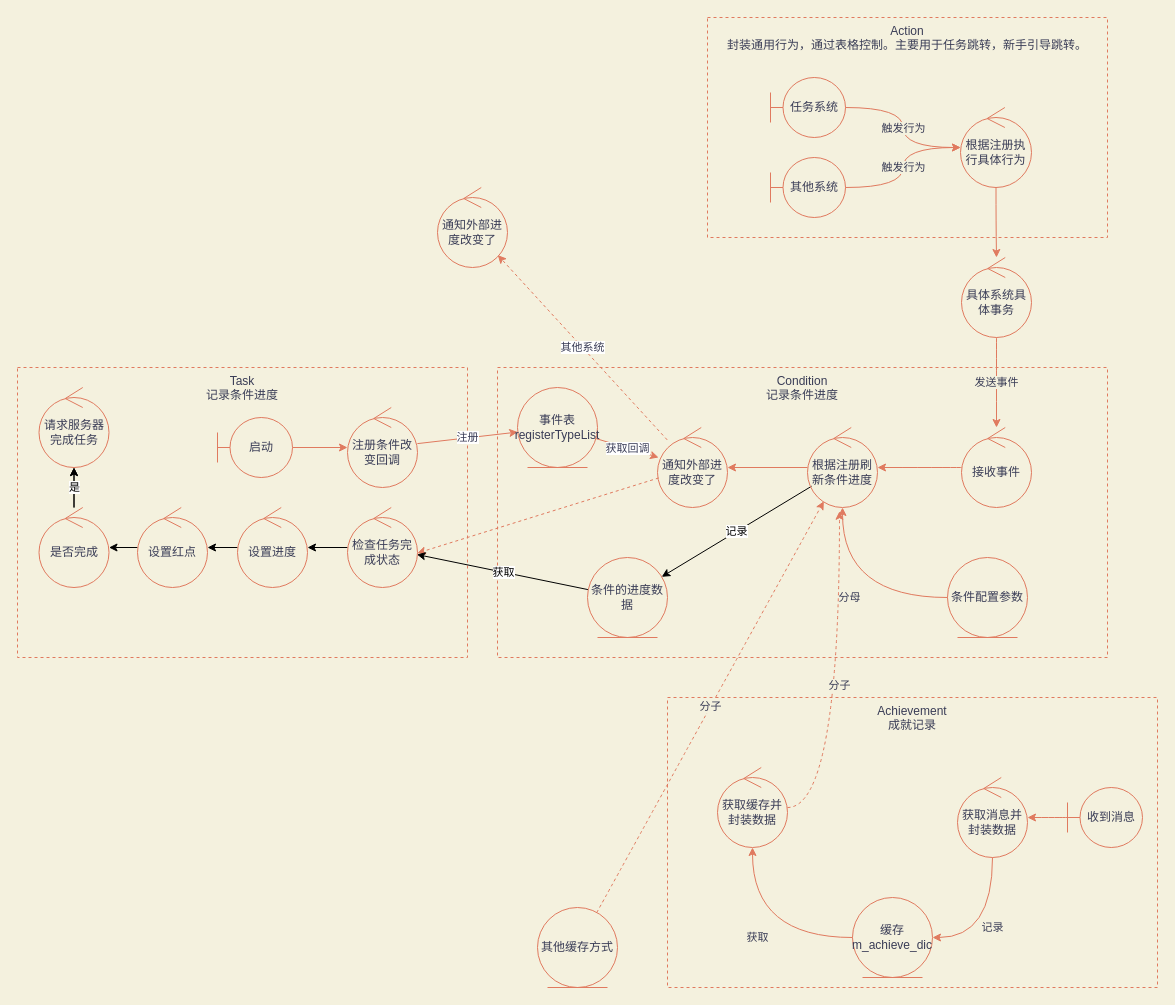
This is 未命名绘图.drawio from cliang/drawio, a draw.io file, before an edit. Source tidied: cells renumbered, new cells numbered last; positions are measured from the earlier drawing's top-left corner, leaving out a move shared by most shapes. Both pictures are drawn from the tidied source at 100%, with x=0, y=0 at pixel (17, 17).
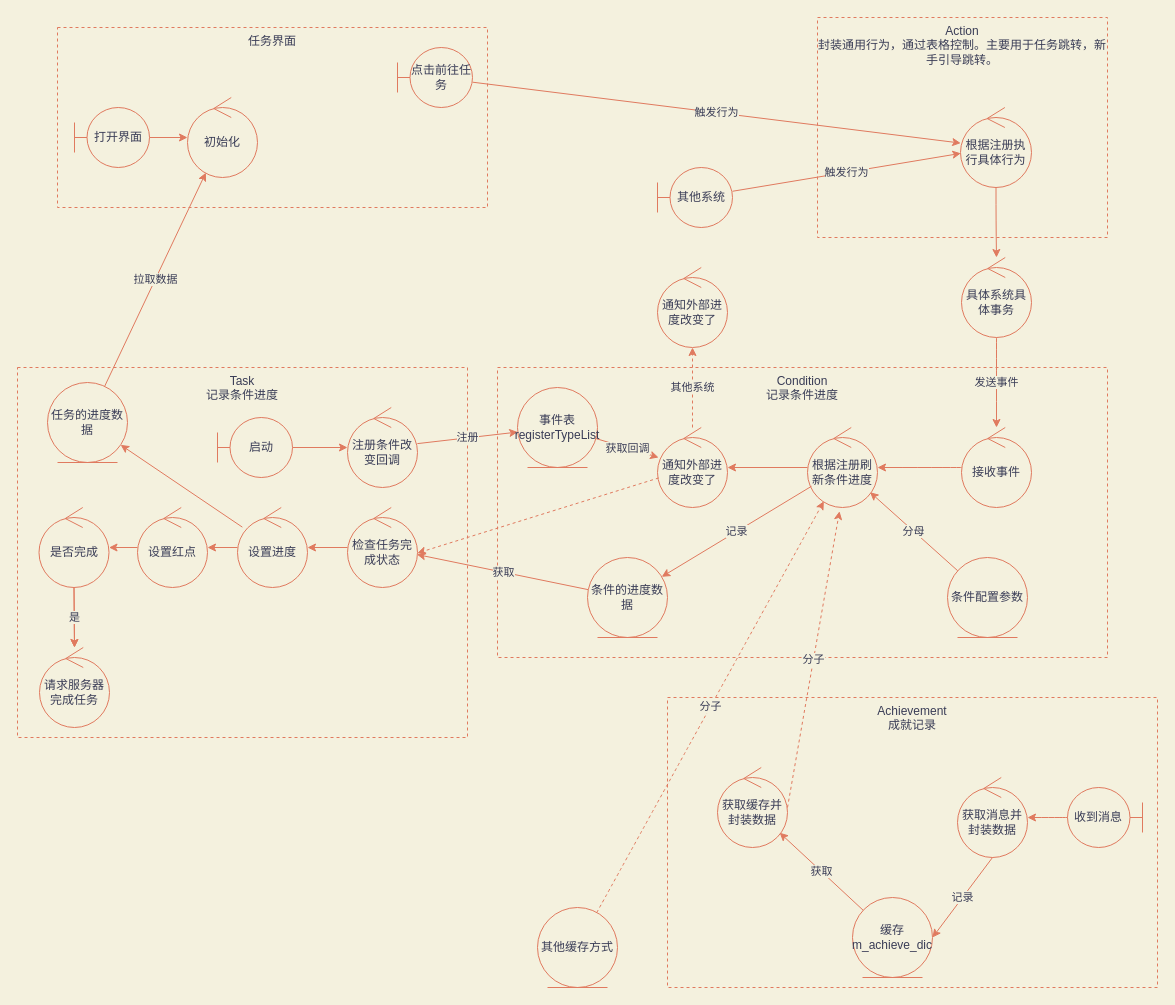
The same page after the edit.

Commit message:
更新未命名绘图.drawio

Unchanged cells that the change refers to:
```xml
<mxCell id="9" value="根据注册执行具体行为" style="ellipse;shape=umlControl;whiteSpace=wrap;html=1;fillColor=none;strokeColor=#E07A5F;fontColor=#393C56;" parent="1" vertex="1">
  <mxGeometry x="943" y="90" width="71" height="80" as="geometry" />
</mxCell>
<mxCell id="12" value="具体系统具体事务" style="ellipse;shape=umlControl;whiteSpace=wrap;html=1;fillColor=none;strokeColor=#E07A5F;fontColor=#393C56;" parent="1" vertex="1">
  <mxGeometry x="944" y="240" width="70" height="80" as="geometry" />
</mxCell>
<mxCell id="14" value="接收事件" style="ellipse;shape=umlControl;whiteSpace=wrap;html=1;fillColor=none;strokeColor=#E07A5F;fontColor=#393C56;" parent="1" vertex="1">
  <mxGeometry x="944" y="410" width="70" height="80" as="geometry" />
</mxCell>
<mxCell id="17" value="根据注册刷新条件进度" style="ellipse;shape=umlControl;whiteSpace=wrap;html=1;fillColor=none;strokeColor=#E07A5F;fontColor=#393C56;" parent="1" vertex="1">
  <mxGeometry x="790" y="410" width="70" height="80" as="geometry" />
</mxCell>
<mxCell id="19" value="&lt;div&gt;缓存&lt;/div&gt;&lt;div&gt;m_achieve_dic&lt;/div&gt;" style="ellipse;shape=umlEntity;whiteSpace=wrap;html=1;fillColor=none;strokeColor=#E07A5F;fontColor=#393C56;" parent="1" vertex="1">
  <mxGeometry x="835" y="880" width="80" height="80" as="geometry" />
</mxCell>
<mxCell id="21" value="条件配置参数" style="ellipse;shape=umlEntity;whiteSpace=wrap;html=1;fillColor=none;strokeColor=#E07A5F;fontColor=#393C56;" parent="1" vertex="1">
  <mxGeometry x="930" y="540" width="80" height="80" as="geometry" />
</mxCell>
<mxCell id="25" value="获取消息并封装数据" style="ellipse;shape=umlControl;whiteSpace=wrap;html=1;fillColor=none;strokeColor=#E07A5F;fontColor=#393C56;" parent="1" vertex="1">
  <mxGeometry x="940" y="760" width="70" height="80" as="geometry" />
</mxCell>
<mxCell id="27" value="获取缓存并封装数据" style="ellipse;shape=umlControl;whiteSpace=wrap;html=1;fillColor=none;strokeColor=#E07A5F;fontColor=#393C56;" parent="1" vertex="1">
  <mxGeometry x="700" y="750" width="70" height="80" as="geometry" />
</mxCell>
<mxCell id="29" value="&lt;div&gt;其他缓存方式&lt;/div&gt;" style="ellipse;shape=umlEntity;whiteSpace=wrap;html=1;fillColor=none;strokeColor=#E07A5F;fontColor=#393C56;" parent="1" vertex="1">
  <mxGeometry x="520" y="890" width="80" height="80" as="geometry" />
</mxCell>
<mxCell id="32" value="通知外部进度改变了" style="ellipse;shape=umlControl;whiteSpace=wrap;html=1;fillColor=none;strokeColor=#E07A5F;fontColor=#393C56;" parent="1" vertex="1">
  <mxGeometry x="640" y="410" width="70" height="80" as="geometry" />
</mxCell>
<mxCell id="36" value="注册条件改变回调" style="ellipse;shape=umlControl;whiteSpace=wrap;html=1;fillColor=none;strokeColor=#E07A5F;fontColor=#393C56;" parent="1" vertex="1">
  <mxGeometry x="330" y="390" width="70" height="80" as="geometry" />
</mxCell>
<mxCell id="38" value="事件表&lt;br&gt;registerTypeList" style="ellipse;shape=umlEntity;whiteSpace=wrap;html=1;fillColor=none;strokeColor=#E07A5F;fontColor=#393C56;" parent="1" vertex="1">
  <mxGeometry x="500" y="370" width="80" height="80" as="geometry" />
</mxCell>
<mxCell id="40" value="启动" style="shape=umlBoundary;whiteSpace=wrap;html=1;fillColor=none;strokeColor=#E07A5F;fontColor=#393C56;" parent="1" vertex="1">
  <mxGeometry x="200" y="400" width="75" height="60" as="geometry" />
</mxCell>
<mxCell id="42" value="检查任务完成状态" style="ellipse;shape=umlControl;whiteSpace=wrap;html=1;fillColor=none;strokeColor=#E07A5F;fontColor=#393C56;" parent="1" vertex="1">
  <mxGeometry x="330" y="490" width="70" height="80" as="geometry" />
</mxCell>
<mxCell id="44" value="条件的进度数据" style="ellipse;shape=umlEntity;whiteSpace=wrap;html=1;fillColor=none;strokeColor=#E07A5F;fontColor=#393C56;" parent="1" vertex="1">
  <mxGeometry x="570" y="540" width="80" height="80" as="geometry" />
</mxCell>
<mxCell id="46" value="设置进度" style="ellipse;shape=umlControl;whiteSpace=wrap;html=1;fillColor=none;strokeColor=#E07A5F;fontColor=#393C56;" parent="1" vertex="1">
  <mxGeometry x="220" y="490" width="70" height="80" as="geometry" />
</mxCell>
<mxCell id="48" value="设置红点" style="ellipse;shape=umlControl;whiteSpace=wrap;html=1;fillColor=none;strokeColor=#E07A5F;fontColor=#393C56;" parent="1" vertex="1">
  <mxGeometry x="120" y="490" width="70" height="80" as="geometry" />
</mxCell>
<mxCell id="51" value="是否完成" style="ellipse;shape=umlControl;whiteSpace=wrap;html=1;fillColor=none;strokeColor=#E07A5F;fontColor=#393C56;" parent="1" vertex="1">
  <mxGeometry x="21.5" y="490" width="70" height="80" as="geometry" />
</mxCell>
```

Diff of the diagram source:
```diff
@@
     <mxCell id="3" value="Action&lt;br&gt;封装通用行为，通过表格控制。主要用于任务跳转，新手引导跳转。" style="rounded=0;whiteSpace=wrap;html=1;fillColor=none;dashed=1;labelPosition=center;verticalLabelPosition=middle;align=center;verticalAlign=top;strokeColor=#E07A5F;fontColor=#393C56;" parent="1" vertex="1">
-      <mxGeometry x="690" width="400" height="220" as="geometry" />
+      <mxGeometry x="800" width="290" height="220" as="geometry" />
     </mxCell>
-    <mxCell id="4" value="触发行为" style="edgeStyle=orthogonalEdgeStyle;rounded=0;jettySize=auto;html=1;labelBackgroundColor=#F4F1DE;strokeColor=#E07A5F;fontColor=#393C56;curved=1;" parent="1" edge="1" source="5" target="9">
+    <mxCell id="4" value="触发行为" style="rounded=0;jettySize=auto;html=1;labelBackgroundColor=#F4F1DE;strokeColor=#E07A5F;fontColor=#393C56;" parent="1" edge="1" source="60" target="9">
       <mxGeometry relative="1" as="geometry" />
     </mxCell>
-    <mxCell id="5" value="任务系统" style="shape=umlBoundary;whiteSpace=wrap;html=1;fillColor=none;strokeColor=#E07A5F;fontColor=#393C56;" parent="1" vertex="1">
-      <mxGeometry x="753" y="60" width="75" height="60" as="geometry" />
-    </mxCell>
-    <mxCell id="6" value="触发行为" style="edgeStyle=orthogonalEdgeStyle;rounded=0;jettySize=auto;html=1;labelBackgroundColor=#F4F1DE;strokeColor=#E07A5F;fontColor=#393C56;curved=1;" parent="1" edge="1" source="7" target="9">
+    <mxCell id="6" value="触发行为" style="rounded=0;jettySize=auto;html=1;labelBackgroundColor=#F4F1DE;strokeColor=#E07A5F;fontColor=#393C56;" parent="1" edge="1" source="7" target="9">
       <mxGeometry relative="1" as="geometry" />
     </mxCell>
     <mxCell id="7" value="其他系统" style="shape=umlBoundary;whiteSpace=wrap;html=1;fillColor=none;strokeColor=#E07A5F;fontColor=#393C56;" parent="1" vertex="1">
-      <mxGeometry x="753" y="140" width="75" height="60" as="geometry" />
+      <mxGeometry x="640" y="150" width="75" height="60" as="geometry" />
     </mxCell>
-    <mxCell id="8" style="edgeStyle=orthogonalEdgeStyle;rounded=0;jettySize=auto;html=1;labelBackgroundColor=#F4F1DE;strokeColor=#E07A5F;fontColor=#393C56;curved=1;" parent="1" edge="1" source="9" target="12">
+    <mxCell id="8" style="edgeStyle=orthogonalEdgeStyle;rounded=0;jettySize=auto;html=1;curved=1;labelBackgroundColor=#F4F1DE;strokeColor=#E07A5F;fontColor=#393C56;" parent="1" edge="1" source="9" target="12">
       <mxGeometry relative="1" as="geometry" />
     </mxCell>
@@
-    <mxCell id="11" value="发送事件" style="edgeStyle=orthogonalEdgeStyle;rounded=0;jettySize=auto;html=1;labelBackgroundColor=#F4F1DE;strokeColor=#E07A5F;fontColor=#393C56;curved=1;" parent="1" edge="1" source="12" target="14">
+    <mxCell id="11" value="发送事件" style="edgeStyle=orthogonalEdgeStyle;rounded=0;jettySize=auto;html=1;curved=1;labelBackgroundColor=#F4F1DE;strokeColor=#E07A5F;fontColor=#393C56;" parent="1" edge="1" source="12" target="14">
       <mxGeometry relative="1" as="geometry" />
     </mxCell>
@@
-    <mxCell id="13" style="edgeStyle=orthogonalEdgeStyle;rounded=0;jettySize=auto;html=1;labelBackgroundColor=#F4F1DE;strokeColor=#E07A5F;fontColor=#393C56;curved=1;" parent="1" edge="1" source="14" target="17">
+    <mxCell id="13" style="edgeStyle=orthogonalEdgeStyle;rounded=0;jettySize=auto;html=1;curved=1;labelBackgroundColor=#F4F1DE;strokeColor=#E07A5F;fontColor=#393C56;" parent="1" edge="1" source="14" target="17">
       <mxGeometry relative="1" as="geometry" />
     </mxCell>
@@
-    <mxCell id="15" style="edgeStyle=orthogonalEdgeStyle;curved=0;rounded=1;sketch=0;jettySize=auto;html=1;fontColor=#393C56;strokeColor=#E07A5F;fillColor=#F2CC8F;" parent="1" edge="1" source="17" target="32">
+    <mxCell id="15" style="edgeStyle=orthogonalEdgeStyle;curved=0;rounded=1;sketch=0;jettySize=auto;html=1;labelBackgroundColor=#F4F1DE;strokeColor=#E07A5F;fontColor=#393C56;" parent="1" edge="1" source="17" target="32">
       <mxGeometry relative="1" as="geometry" />
     </mxCell>
-    <mxCell id="16" value="记录" style="rounded=0;jettySize=auto;html=1;" parent="1" edge="1" source="17" target="44">
+    <mxCell id="16" value="记录" style="rounded=0;jettySize=auto;html=1;labelBackgroundColor=#F4F1DE;strokeColor=#E07A5F;fontColor=#393C56;" parent="1" edge="1" source="17" target="44">
       <mxGeometry relative="1" as="geometry" />
     </mxCell>
@@
-    <mxCell id="18" value="获取" style="edgeStyle=orthogonalEdgeStyle;rounded=0;jettySize=auto;html=1;labelBackgroundColor=#F4F1DE;strokeColor=#E07A5F;fontColor=#393C56;curved=1;" parent="1" edge="1" source="19" target="27">
+    <mxCell id="18" value="获取" style="rounded=0;jettySize=auto;html=1;labelBackgroundColor=#F4F1DE;strokeColor=#E07A5F;fontColor=#393C56;" parent="1" edge="1" source="19" target="27">
       <mxGeometry relative="1" as="geometry" />
     </mxCell>
@@
-    <mxCell id="20" value="分母" style="edgeStyle=orthogonalEdgeStyle;rounded=0;jettySize=auto;html=1;labelBackgroundColor=#F4F1DE;strokeColor=#E07A5F;fontColor=#393C56;curved=1;" parent="1" edge="1" source="21" target="17">
+    <mxCell id="20" value="分母" style="rounded=0;jettySize=auto;html=1;labelBackgroundColor=#F4F1DE;strokeColor=#E07A5F;fontColor=#393C56;" parent="1" edge="1" source="21" target="17">
       <mxGeometry relative="1" as="geometry" />
     </mxCell>
@@
-    <mxCell id="22" style="edgeStyle=orthogonalEdgeStyle;rounded=0;jettySize=auto;html=1;labelBackgroundColor=#F4F1DE;strokeColor=#E07A5F;fontColor=#393C56;curved=1;" parent="1" edge="1" source="23" target="25">
+    <mxCell id="22" style="edgeStyle=orthogonalEdgeStyle;rounded=0;jettySize=auto;html=1;curved=1;labelBackgroundColor=#F4F1DE;strokeColor=#E07A5F;fontColor=#393C56;" parent="1" edge="1" source="23" target="25">
       <mxGeometry relative="1" as="geometry" />
     </mxCell>
-    <mxCell id="23" value="收到消息" style="shape=umlBoundary;whiteSpace=wrap;html=1;fillColor=none;strokeColor=#E07A5F;fontColor=#393C56;" parent="1" vertex="1">
+    <mxCell id="23" value="收到消息" style="shape=umlBoundary;whiteSpace=wrap;html=1;fillColor=none;direction=west;strokeColor=#E07A5F;fontColor=#393C56;" parent="1" vertex="1">
       <mxGeometry x="1050" y="770" width="75" height="60" as="geometry" />
     </mxCell>
-    <mxCell id="24" value="记录" style="edgeStyle=orthogonalEdgeStyle;rounded=0;jettySize=auto;html=1;entryX=1;entryY=0.5;entryDx=0;entryDy=0;exitX=0.5;exitY=1;exitDx=0;exitDy=0;exitPerimeter=0;labelBackgroundColor=#F4F1DE;strokeColor=#E07A5F;fontColor=#393C56;curved=1;" parent="1" edge="1" source="25" target="19">
+    <mxCell id="24" value="记录" style="rounded=0;jettySize=auto;html=1;entryX=1;entryY=0.5;entryDx=0;entryDy=0;exitX=0.5;exitY=1;exitDx=0;exitDy=0;exitPerimeter=0;labelBackgroundColor=#F4F1DE;strokeColor=#E07A5F;fontColor=#393C56;" parent="1" edge="1" source="25" target="19">
       <mxGeometry relative="1" as="geometry" />
     </mxCell>
@@
-    <mxCell id="26" value="分子" style="edgeStyle=orthogonalEdgeStyle;rounded=0;jettySize=auto;html=1;entryX=0.457;entryY=1.047;entryDx=0;entryDy=0;entryPerimeter=0;exitX=1;exitY=0.5;exitDx=0;exitDy=0;exitPerimeter=0;labelBackgroundColor=#F4F1DE;strokeColor=#E07A5F;fontColor=#393C56;curved=1;dashed=1;" parent="1" edge="1" source="27" target="17">
-      <mxGeometry relative="1" as="geometry">
-        <Array as="points">
-          <mxPoint x="822" y="790" />
-        </Array>
-      </mxGeometry>
+    <mxCell id="26" value="分子" style="rounded=0;jettySize=auto;html=1;entryX=0.457;entryY=1.047;entryDx=0;entryDy=0;entryPerimeter=0;exitX=1;exitY=0.5;exitDx=0;exitDy=0;exitPerimeter=0;dashed=1;labelBackgroundColor=#F4F1DE;strokeColor=#E07A5F;fontColor=#393C56;" parent="1" edge="1" source="27" target="17">
+      <mxGeometry relative="1" as="geometry" />
     </mxCell>
@@
-    <mxCell id="28" value="分子" style="rounded=1;sketch=0;jettySize=auto;html=1;fontColor=#393C56;strokeColor=#E07A5F;fillColor=#F2CC8F;curved=1;dashed=1;labelBackgroundColor=#F4F1DE;" parent="1" edge="1" source="29" target="17">
+    <mxCell id="28" value="分子" style="rounded=1;sketch=0;jettySize=auto;html=1;curved=1;dashed=1;labelBackgroundColor=#F4F1DE;strokeColor=#E07A5F;fontColor=#393C56;" parent="1" edge="1" source="29" target="17">
       <mxGeometry relative="1" as="geometry" />
     </mxCell>
@@
-    <mxCell id="30" value="其他系统" style="rounded=1;sketch=0;jettySize=auto;html=1;fontColor=#393C56;strokeColor=#E07A5F;fillColor=#F2CC8F;dashed=1;" parent="1" edge="1" source="32" target="34">
+    <mxCell id="30" value="其他系统" style="rounded=1;sketch=0;jettySize=auto;html=1;dashed=1;labelBackgroundColor=#F4F1DE;strokeColor=#E07A5F;fontColor=#393C56;" parent="1" edge="1" source="32" target="34">
       <mxGeometry relative="1" as="geometry" />
     </mxCell>
-    <mxCell id="31" style="edgeStyle=none;rounded=1;sketch=0;jettySize=auto;html=1;entryX=0.997;entryY=0.57;entryDx=0;entryDy=0;entryPerimeter=0;fontColor=#393C56;strokeColor=#E07A5F;fillColor=#F2CC8F;dashed=1;" parent="1" edge="1" source="32" target="42">
+    <mxCell id="31" style="edgeStyle=none;rounded=1;sketch=0;jettySize=auto;html=1;entryX=0.997;entryY=0.57;entryDx=0;entryDy=0;entryPerimeter=0;dashed=1;labelBackgroundColor=#F4F1DE;strokeColor=#E07A5F;fontColor=#393C56;" parent="1" edge="1" source="32" target="42">
       <mxGeometry relative="1" as="geometry" />
     </mxCell>
@@
     <mxCell id="33" value="Task&lt;br&gt;记录条件进度" style="rounded=0;whiteSpace=wrap;html=1;fillColor=none;dashed=1;labelPosition=center;verticalLabelPosition=middle;align=center;verticalAlign=top;strokeColor=#E07A5F;fontColor=#393C56;" parent="1" vertex="1">
-      <mxGeometry y="350" width="450" height="290" as="geometry" />
+      <mxGeometry y="350" width="450" height="370" as="geometry" />
     </mxCell>
     <mxCell id="34" value="通知外部进度改变了" style="ellipse;shape=umlControl;whiteSpace=wrap;html=1;fillColor=none;strokeColor=#E07A5F;fontColor=#393C56;" parent="1" vertex="1">
-      <mxGeometry x="420" y="170" width="70" height="80" as="geometry" />
+      <mxGeometry x="640" y="250" width="70" height="80" as="geometry" />
     </mxCell>
-    <mxCell id="35" value="注册" style="edgeStyle=none;rounded=1;sketch=0;jettySize=auto;html=1;fontColor=#393C56;strokeColor=#E07A5F;fillColor=#F2CC8F;" parent="1" edge="1" source="36" target="38">
+    <mxCell id="35" value="注册" style="edgeStyle=none;rounded=1;sketch=0;jettySize=auto;html=1;labelBackgroundColor=#F4F1DE;strokeColor=#E07A5F;fontColor=#393C56;" parent="1" edge="1" source="36" target="38">
       <mxGeometry relative="1" as="geometry" />
     </mxCell>
@@
-    <mxCell id="37" value="获取回调" style="edgeStyle=none;rounded=1;sketch=0;jettySize=auto;html=1;fontColor=#393C56;strokeColor=#E07A5F;fillColor=#F2CC8F;" parent="1" edge="1" source="38" target="32">
+    <mxCell id="37" value="获取回调" style="edgeStyle=none;rounded=1;sketch=0;jettySize=auto;html=1;labelBackgroundColor=#F4F1DE;strokeColor=#E07A5F;fontColor=#393C56;" parent="1" edge="1" source="38" target="32">
       <mxGeometry relative="1" as="geometry" />
     </mxCell>
@@
-    <mxCell id="39" style="edgeStyle=none;rounded=1;sketch=0;jettySize=auto;html=1;fontColor=#393C56;strokeColor=#E07A5F;fillColor=#F2CC8F;" parent="1" edge="1" source="40" target="36">
+    <mxCell id="39" style="edgeStyle=none;rounded=1;sketch=0;jettySize=auto;html=1;labelBackgroundColor=#F4F1DE;strokeColor=#E07A5F;fontColor=#393C56;" parent="1" edge="1" source="40" target="36">
       <mxGeometry relative="1" as="geometry" />
     </mxCell>
@@
-    <mxCell id="41" style="edgeStyle=none;rounded=0;jettySize=auto;html=1;" parent="1" edge="1" source="42" target="46">
+    <mxCell id="41" style="edgeStyle=none;rounded=0;jettySize=auto;html=1;labelBackgroundColor=#F4F1DE;strokeColor=#E07A5F;fontColor=#393C56;" parent="1" edge="1" source="42" target="46">
       <mxGeometry relative="1" as="geometry" />
     </mxCell>
@@
-    <mxCell id="43" value="获取" style="edgeStyle=none;rounded=0;jettySize=auto;html=1;" parent="1" edge="1" source="44" target="42">
+    <mxCell id="43" value="获取" style="edgeStyle=none;rounded=0;jettySize=auto;html=1;labelBackgroundColor=#F4F1DE;strokeColor=#E07A5F;fontColor=#393C56;" parent="1" edge="1" source="44" target="42">
       <mxGeometry relative="1" as="geometry" />
     </mxCell>
@@
-    <mxCell id="45" style="edgeStyle=none;rounded=0;jettySize=auto;html=1;" parent="1" edge="1" source="46" target="48">
+    <mxCell id="45" style="edgeStyle=none;rounded=0;jettySize=auto;html=1;labelBackgroundColor=#F4F1DE;strokeColor=#E07A5F;fontColor=#393C56;" parent="1" edge="1" source="46" target="48">
       <mxGeometry relative="1" as="geometry" />
     </mxCell>
+    <mxCell id="53" style="rounded=1;sketch=0;jettySize=auto;html=1;labelBackgroundColor=#F4F1DE;strokeColor=#E07A5F;fontColor=#393C56;" parent="1" edge="1" source="46" target="55">
+      <mxGeometry relative="1" as="geometry" />
+    </mxCell>
@@
-    <mxCell id="47" style="edgeStyle=none;rounded=0;jettySize=auto;html=1;" parent="1" edge="1" source="48" target="51">
+    <mxCell id="47" style="edgeStyle=none;rounded=0;jettySize=auto;html=1;labelBackgroundColor=#F4F1DE;strokeColor=#E07A5F;fontColor=#393C56;" parent="1" edge="1" source="48" target="51">
       <mxGeometry relative="1" as="geometry" />
     </mxCell>
@@
-    <mxCell id="49" style="edgeStyle=none;rounded=0;jettySize=auto;html=1;" parent="1" edge="1" source="51" target="52">
+    <mxCell id="49" style="edgeStyle=none;rounded=0;jettySize=auto;html=1;labelBackgroundColor=#F4F1DE;strokeColor=#E07A5F;fontColor=#393C56;" parent="1" edge="1" source="51" target="52">
       <mxGeometry relative="1" as="geometry" />
     </mxCell>
-    <mxCell id="50" value="是" style="edgeStyle=none;rounded=0;jettySize=auto;html=1;" parent="1" edge="1" source="51" target="52">
+    <mxCell id="50" value="是" style="edgeStyle=none;rounded=0;jettySize=auto;html=1;labelBackgroundColor=#F4F1DE;strokeColor=#E07A5F;fontColor=#393C56;" parent="1" edge="1" source="51" target="52">
       <mxGeometry relative="1" as="geometry" />
     </mxCell>
@@
     <mxCell id="52" value="请求服务器完成任务" style="ellipse;shape=umlControl;whiteSpace=wrap;html=1;fillColor=none;strokeColor=#E07A5F;fontColor=#393C56;" parent="1" vertex="1">
-      <mxGeometry x="21.5" y="370" width="70" height="80" as="geometry" />
+      <mxGeometry x="22" y="630" width="70" height="80" as="geometry" />
     </mxCell>
+    <mxCell id="54" value="拉取数据" style="edgeStyle=none;rounded=1;sketch=0;jettySize=auto;html=1;labelBackgroundColor=#F4F1DE;strokeColor=#E07A5F;fontColor=#393C56;" parent="1" edge="1" source="55" target="59">
+      <mxGeometry relative="1" as="geometry" />
+    </mxCell>
+    <mxCell id="55" value="任务的进度数据" style="ellipse;shape=umlEntity;whiteSpace=wrap;html=1;fillColor=none;strokeColor=#E07A5F;fontColor=#393C56;" parent="1" vertex="1">
+      <mxGeometry x="30" y="365" width="80" height="80" as="geometry" />
+    </mxCell>
+    <mxCell id="56" value="任务界面" style="rounded=0;whiteSpace=wrap;html=1;fillColor=none;dashed=1;labelPosition=center;verticalLabelPosition=middle;align=center;verticalAlign=top;strokeColor=#E07A5F;fontColor=#393C56;" parent="1" vertex="1">
+      <mxGeometry x="40" y="10" width="430" height="180" as="geometry" />
+    </mxCell>
+    <mxCell id="57" style="edgeStyle=none;rounded=1;sketch=0;jettySize=auto;html=1;labelBackgroundColor=#F4F1DE;strokeColor=#E07A5F;fontColor=#393C56;" parent="1" edge="1" source="58" target="59">
+      <mxGeometry relative="1" as="geometry" />
+    </mxCell>
+    <mxCell id="58" value="打开界面" style="shape=umlBoundary;whiteSpace=wrap;html=1;fillColor=none;strokeColor=#E07A5F;fontColor=#393C56;" parent="1" vertex="1">
+      <mxGeometry x="57" y="90" width="75" height="60" as="geometry" />
+    </mxCell>
+    <mxCell id="59" value="初始化" style="ellipse;shape=umlControl;whiteSpace=wrap;html=1;fillColor=none;strokeColor=#E07A5F;fontColor=#393C56;" parent="1" vertex="1">
+      <mxGeometry x="170" y="80" width="70" height="80" as="geometry" />
+    </mxCell>
+    <mxCell id="60" value="点击前往任务" style="shape=umlBoundary;whiteSpace=wrap;html=1;fillColor=none;strokeColor=#E07A5F;fontColor=#393C56;" parent="1" vertex="1">
+      <mxGeometry x="380" y="30" width="75" height="60" as="geometry" />
+    </mxCell>
```
